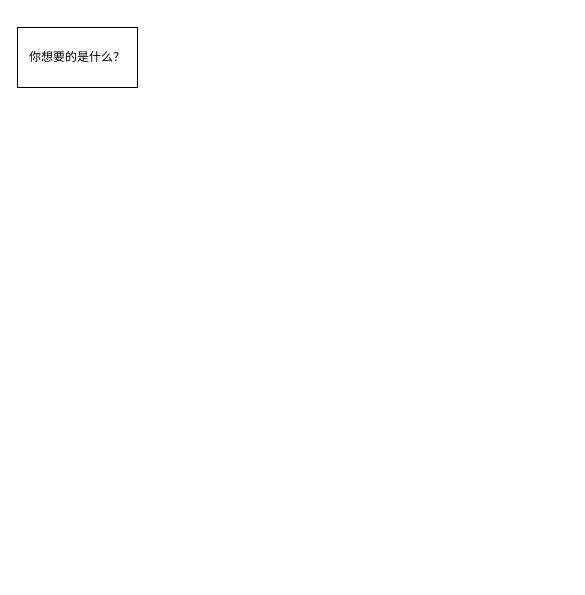
The draw.io diagram Life.drawio in 1061313113/DrawIO, before the edit. Source tidied: cells renumbered, new cells numbered last; positions are measured from the earlier drawing's top-left corner, leaving out a move shared by most shapes. Both pictures are drawn from the tidied source at 100%, with x=0, y=0 at pixel (17, 27).
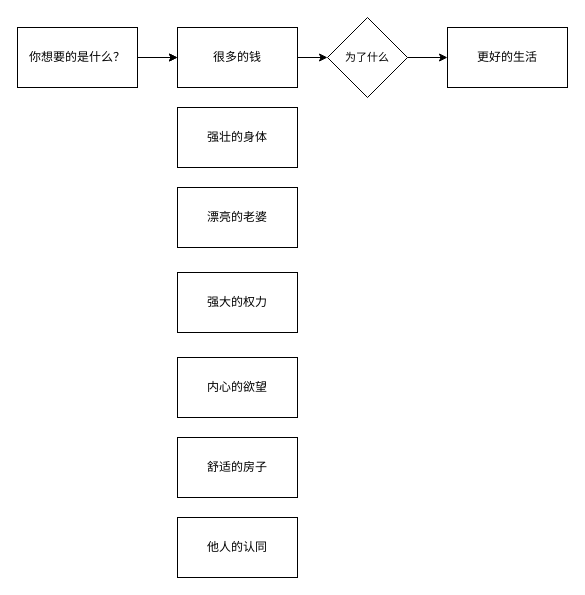
After the change.

The edit, as a diff of the source:
```diff
@@
 <mxGraphModel>
   <root>
     <mxCell id="0" />
     <mxCell id="1" parent="0" />
+    <mxCell id="3" style="edgeStyle=orthogonalEdgeStyle;rounded=0;jettySize=auto;html=1;" parent="1" edge="1" source="2" target="6">
+      <mxGeometry relative="1" as="geometry" />
+    </mxCell>
+    <mxCell id="4" style="edgeStyle=orthogonalEdgeStyle;rounded=0;jettySize=auto;html=1;" parent="1" edge="1" source="2" target="6">
+      <mxGeometry relative="1" as="geometry" />
+    </mxCell>
     <mxCell id="2" value="你想要的是什么？" style="rounded=0;whiteSpace=wrap;html=1;" parent="1" vertex="1">
       <mxGeometry width="120" height="60" as="geometry" />
     </mxCell>
+    <mxCell id="5" style="edgeStyle=orthogonalEdgeStyle;rounded=0;jettySize=auto;html=1;" parent="1" edge="1" source="6" target="8">
+      <mxGeometry relative="1" as="geometry" />
+    </mxCell>
+    <mxCell id="6" value="很多的钱" style="rounded=0;whiteSpace=wrap;html=1;" parent="1" vertex="1">
+      <mxGeometry x="160" width="120" height="60" as="geometry" />
+    </mxCell>
+    <mxCell id="7" style="edgeStyle=orthogonalEdgeStyle;rounded=0;jettySize=auto;html=1;" parent="1" edge="1" source="8" target="9">
+      <mxGeometry relative="1" as="geometry" />
+    </mxCell>
+    <mxCell id="8" value="&lt;span style=&quot;font-size: 11px; text-wrap-mode: nowrap; background-color: rgb(255, 255, 255);&quot;&gt;为了什么&lt;/span&gt;" style="rhombus;whiteSpace=wrap;html=1;rounded=0;" parent="1" vertex="1">
+      <mxGeometry x="310" y="-10" width="80" height="80" as="geometry" />
+    </mxCell>
+    <mxCell id="9" value="更好的生活" style="whiteSpace=wrap;html=1;rounded=0;" parent="1" vertex="1">
+      <mxGeometry x="430" width="120" height="60" as="geometry" />
+    </mxCell>
+    <mxCell id="10" value="强壮的身体" style="rounded=0;whiteSpace=wrap;html=1;" parent="1" vertex="1">
+      <mxGeometry x="160" y="80" width="120" height="60" as="geometry" />
+    </mxCell>
+    <mxCell id="11" value="漂亮的老婆" style="rounded=0;whiteSpace=wrap;html=1;" parent="1" vertex="1">
+      <mxGeometry x="160" y="160" width="120" height="60" as="geometry" />
+    </mxCell>
+    <mxCell id="12" value="强大的权力" style="rounded=0;whiteSpace=wrap;html=1;" parent="1" vertex="1">
+      <mxGeometry x="160" y="245" width="120" height="60" as="geometry" />
+    </mxCell>
+    <mxCell id="13" value="内心的欲望" style="rounded=0;whiteSpace=wrap;html=1;" parent="1" vertex="1">
+      <mxGeometry x="160" y="330" width="120" height="60" as="geometry" />
+    </mxCell>
+    <mxCell id="14" value="舒适的房子" style="rounded=0;whiteSpace=wrap;html=1;" parent="1" vertex="1">
+      <mxGeometry x="160" y="410" width="120" height="60" as="geometry" />
+    </mxCell>
+    <mxCell id="15" value="他人的认同" style="rounded=0;whiteSpace=wrap;html=1;" parent="1" vertex="1">
+      <mxGeometry x="160" y="490" width="120" height="60" as="geometry" />
+    </mxCell>
   </root>
 </mxGraphModel>
```
